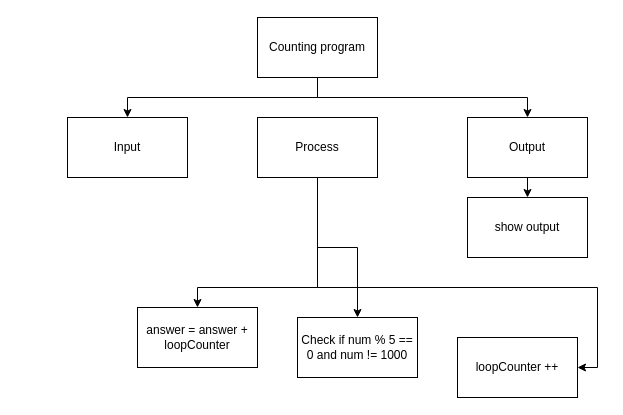
Johanna-liu16/ICS3U-Unit-4-07-py keeps this draw.io diagram as design/top-down.drawio. Above is the earlier version. Source tidied: cells renumbered, new cells numbered last; positions are measured from the earlier drawing's top-left corner, leaving out a move shared by most shapes. Both pictures are drawn from the tidied source at 100%, with x=0, y=0 at pixel (67, 17).
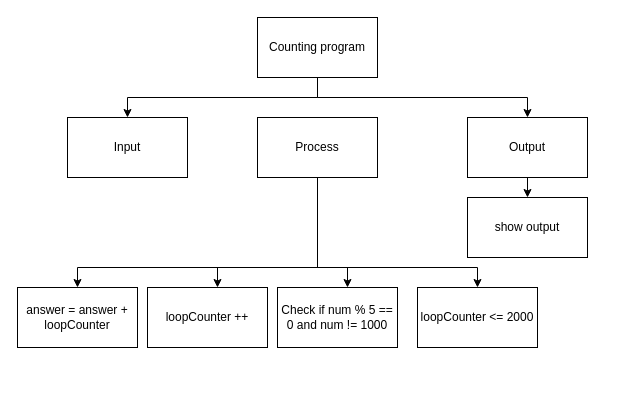
The same diagram, later.

Unchanged cells that the change refers to:
```xml
<mxCell id="7" value="Process" style="rounded=0;whiteSpace=wrap;html=1;" parent="1" vertex="1">
  <mxGeometry x="190" y="100" width="120" height="60" as="geometry" />
</mxCell>
```

What changed in the source:
```diff
@@
     <mxCell id="4" style="edgeStyle=orthogonalEdgeStyle;html=1;rounded=0;" parent="1" edge="1" source="7" target="12">
-      <mxGeometry relative="1" as="geometry" />
+      <mxGeometry relative="1" as="geometry">
+        <Array as="points">
+          <mxPoint x="250" y="250" />
+          <mxPoint x="280" y="250" />
+        </Array>
+      </mxGeometry>
     </mxCell>
     <mxCell id="5" style="edgeStyle=orthogonalEdgeStyle;html=1;entryX=0.5;entryY=0;entryDx=0;entryDy=0;rounded=0;" parent="1" edge="1" source="7" target="14">
       <mxGeometry relative="1" as="geometry">
         <Array as="points">
-          <mxPoint x="250" y="270" />
-          <mxPoint x="130" y="270" />
+          <mxPoint x="250" y="250" />
+          <mxPoint x="10" y="250" />
         </Array>
       </mxGeometry>
     </mxCell>
     <mxCell id="6" style="edgeStyle=orthogonalEdgeStyle;rounded=0;html=1;" parent="1" edge="1" source="7" target="15">
       <mxGeometry relative="1" as="geometry">
         <Array as="points">
-          <mxPoint x="250" y="270" />
-          <mxPoint x="530" y="270" />
+          <mxPoint x="250" y="250" />
+          <mxPoint x="150" y="250" />
         </Array>
       </mxGeometry>
     </mxCell>
+    <mxCell id="16" style="edgeStyle=orthogonalEdgeStyle;html=1;entryX=0.5;entryY=0;entryDx=0;entryDy=0;rounded=0;" parent="1" edge="1" source="7" target="17">
+      <mxGeometry relative="1" as="geometry">
+        <Array as="points">
+          <mxPoint x="250" y="250" />
+          <mxPoint x="410" y="250" />
+        </Array>
+      </mxGeometry>
+    </mxCell>
@@
     <mxCell id="12" value="Check if&amp;nbsp;num % 5 == 0 and num != 1000" style="rounded=0;whiteSpace=wrap;html=1;" parent="1" vertex="1">
-      <mxGeometry x="230" y="300" width="120" height="60" as="geometry" />
+      <mxGeometry x="210" y="270" width="120" height="60" as="geometry" />
     </mxCell>
@@
     <mxCell id="14" value="answer = answer + loopCounter" style="rounded=0;whiteSpace=wrap;html=1;" parent="1" vertex="1">
-      <mxGeometry x="70" y="290" width="120" height="60" as="geometry" />
+      <mxGeometry x="-50" y="270" width="120" height="60" as="geometry" />
     </mxCell>
     <mxCell id="15" value="loopCounter ++" style="rounded=0;whiteSpace=wrap;html=1;" parent="1" vertex="1">
-      <mxGeometry x="390" y="320" width="120" height="60" as="geometry" />
+      <mxGeometry x="80" y="270" width="120" height="60" as="geometry" />
     </mxCell>
+    <mxCell id="17" value="loopCounter &amp;lt;= 2000" style="rounded=0;whiteSpace=wrap;html=1;" parent="1" vertex="1">
+      <mxGeometry x="350" y="270" width="120" height="60" as="geometry" />
+    </mxCell>
```
